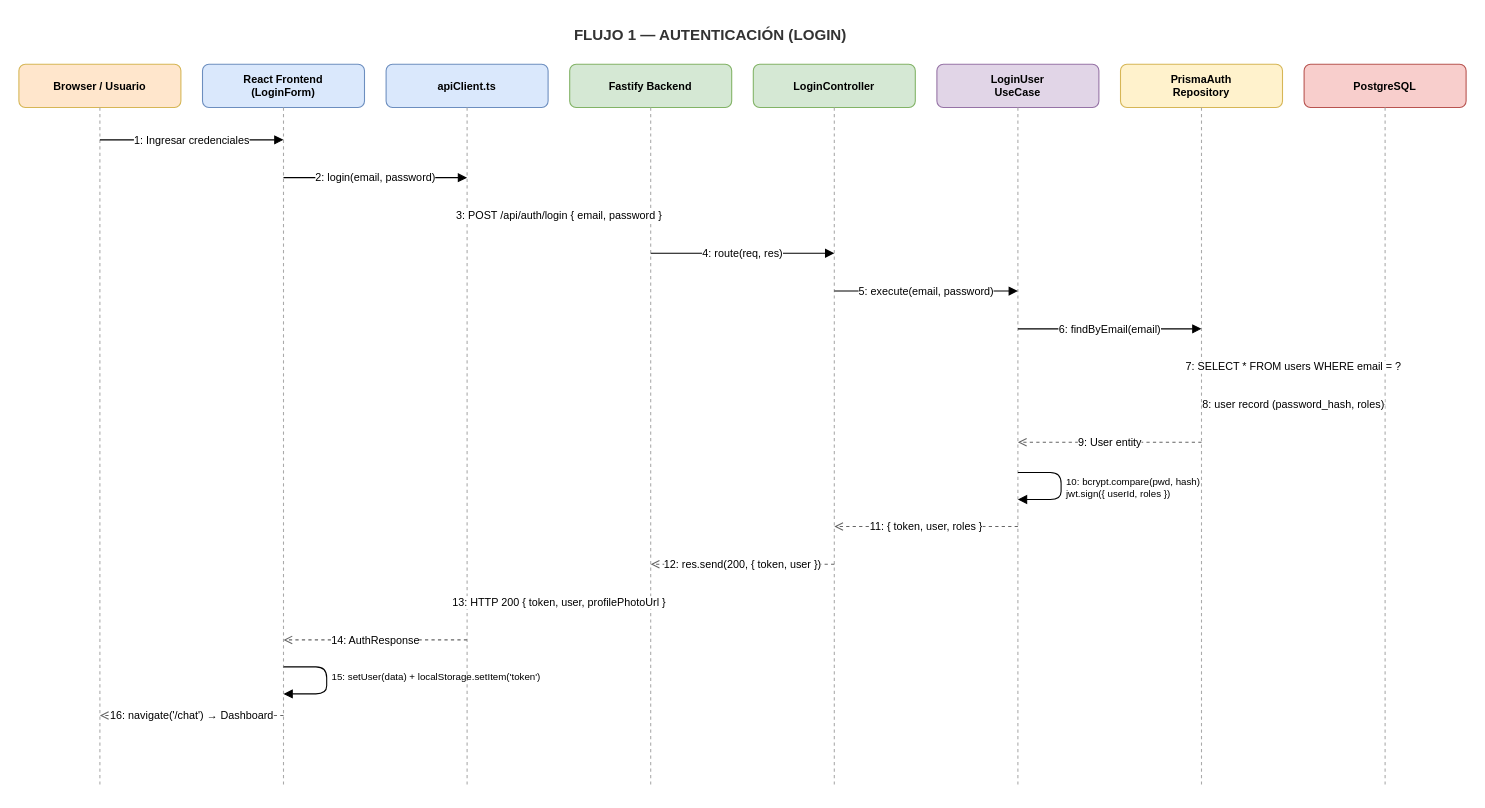
This is page "1 - Login / Autenticación" (1 of 4) of diagrams/AppAi_UML_Secuencia.drawio from J4x0-o2/app-ai, a draw.io file, before an edit. Source tidied: cells renumbered, new cells numbered last; positions are measured from the earlier drawing's top-left corner, leaving out a move shared by most shapes. Both pictures are drawn from the tidied source at 108%, with x=0, y=0 at pixel (18, 18).
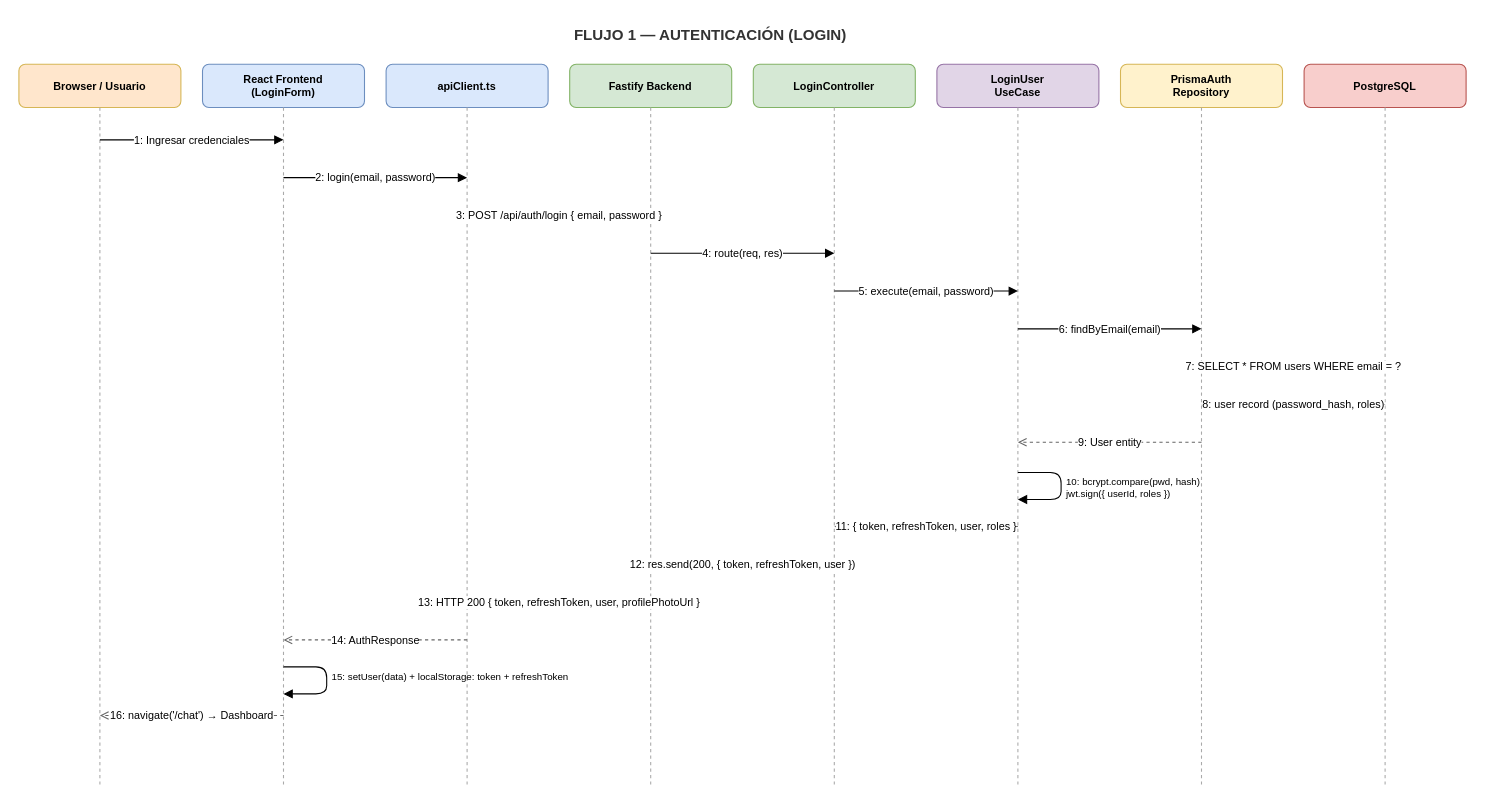
The same page after the edit.

Diff of the diagram source:
```diff
@@
-    <mxCell id="30" value="11: { token, user, roles }" style="endArrow=open;endFill=0;html=1;fontSize=10;dashed=1;strokeColor=#666666;labelBackgroundColor=#ffffff;" parent="1" edge="1">
+    <mxCell id="30" value="11: { token, refreshToken, user, roles }" style="endArrow=open;endFill=0;html=1;fontSize=10;dashed=1;strokeColor=#666666;labelBackgroundColor=#ffffff;" parent="1" edge="1">
       <mxGeometry relative="1" as="geometry">
         <mxPoint x="925" y="470" as="sourcePoint" />
         <mxPoint x="755" y="470" as="targetPoint" />
       </mxGeometry>
     </mxCell>
-    <mxCell id="31" value="12: res.send(200, { token, user })" style="endArrow=open;endFill=0;html=1;fontSize=10;dashed=1;strokeColor=#666666;labelBackgroundColor=#ffffff;" parent="1" edge="1">
+    <mxCell id="31" value="12: res.send(200, { token, refreshToken, user })" style="endArrow=open;endFill=0;html=1;fontSize=10;dashed=1;strokeColor=#666666;labelBackgroundColor=#ffffff;" parent="1" edge="1">
       <mxGeometry relative="1" as="geometry">
         <mxPoint x="755" y="505" as="sourcePoint" />
         <mxPoint x="585" y="505" as="targetPoint" />
       </mxGeometry>
     </mxCell>
-    <mxCell id="32" value="13: HTTP 200  { token, user, profilePhotoUrl }" style="endArrow=open;endFill=0;html=1;fontSize=10;dashed=1;strokeColor=#666666;labelBackgroundColor=#ffffff;" parent="1" edge="1">
+    <mxCell id="32" value="13: HTTP 200  { token, refreshToken, user, profilePhotoUrl }" style="endArrow=open;endFill=0;html=1;fontSize=10;dashed=1;strokeColor=#666666;labelBackgroundColor=#ffffff;" parent="1" edge="1">
       <mxGeometry relative="1" as="geometry">
         <mxPoint x="585" y="540" as="sourcePoint" />
         <mxPoint x="415" y="540" as="targetPoint" />
       </mxGeometry>
     </mxCell>
@@
-    <mxCell id="35" value="15: setUser(data)  +  localStorage.setItem('token')" style="text;html=1;fontSize=9;align=left;verticalAlign=top;" parent="1" vertex="1">
+    <mxCell id="35" value="15: setUser(data)  +  localStorage: token + refreshToken" style="text;html=1;fontSize=9;align=left;verticalAlign=top;" parent="1" vertex="1">
       <mxGeometry x="288" y="598" width="280" height="30" as="geometry" />
     </mxCell>
```
